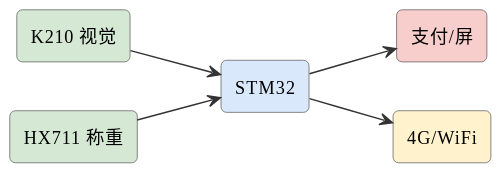
Earlier version of the PlantUML export assets/diagrams/ideas-fig84.svg (mingyi0818/IntelligentMcuCourse).
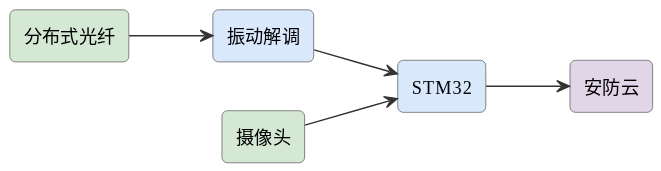
After the commit.

The edit, as a diff of the source:
```diff
@@ -6,13 +6,13 @@
 skinparam arrowFontSize 11
 skinparam arrowColor #333
 left to right direction
-rectangle "K210 视觉" as cam #d5e8d4
-rectangle "HX711 称重" as hx #d5e8d4
+rectangle "分布式光纤" as fiber #d5e8d4
+rectangle "振动解调" as demod #dae8fc
 rectangle "STM32" as stm #dae8fc
-rectangle "支付/屏" as pay #f8cecc
-rectangle "4G/WiFi" as net #fff2cc
+rectangle "摄像头" as cam #d5e8d4
+rectangle "安防云" as cloud #e1d5e8
+fiber --> demod
+demod --> stm
 cam --> stm
-hx --> stm
-stm --> pay
-stm --> net
+stm --> cloud
 @enduml
```
